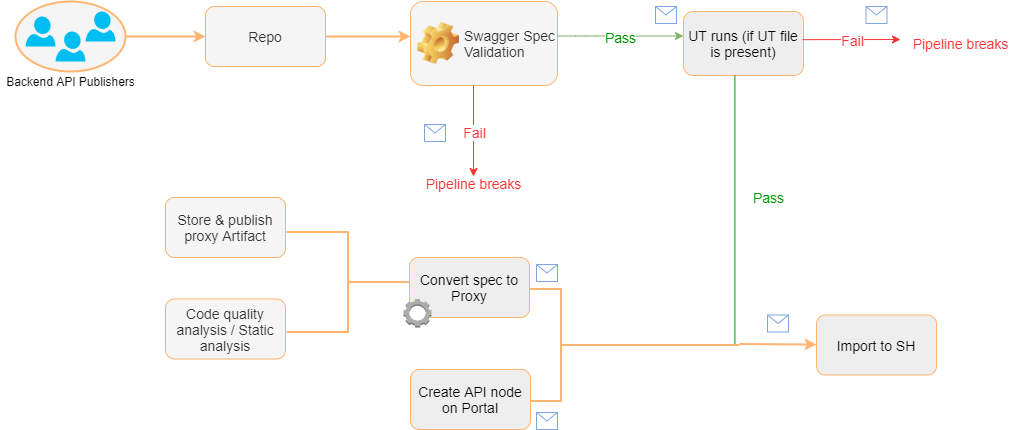
Above: Untitled Diagram.png in joshhnaa/sample (draw.io), before the change. Source tidied: cells renumbered, new cells last; positions are measured from the earlier drawing's top-left corner, leaving out a move shared by most shapes.
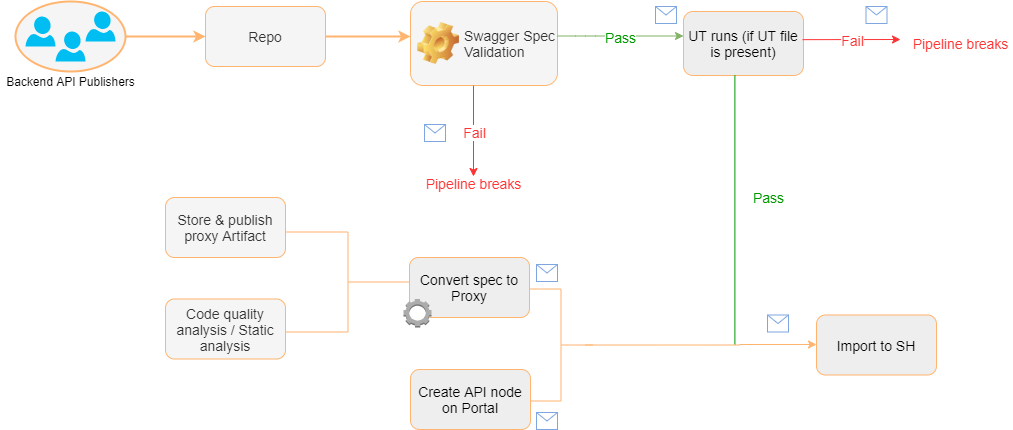
Above is the later version.

Diff of the diagram source:
```diff
@@ -65,7 +65,7 @@
     <mxCell id="17" value="&lt;font color=&quot;#000000&quot;&gt;UT runs (if UT file is present)&lt;/font&gt;" style="rounded=1;whiteSpace=wrap;html=1;fillColor=#eeeeee;fontSize=14;strokeColor=#FFB570;" parent="1" vertex="1">
       <mxGeometry x="683" y="10" width="120" height="64" as="geometry" />
     </mxCell>
-    <mxCell id="18" style="strokeWidth=2;html=1;shape=mxgraph.flowchart.annotation_2;align=left;labelPosition=right;fillColor=#FFFFFF;fontSize=14;fontColor=#FF3333;rotation=-180;strokeColor=#FFB570;" parent="1" vertex="1">
+    <mxCell id="18" style="strokeWidth=1;html=1;shape=mxgraph.flowchart.annotation_2;align=left;labelPosition=right;fillColor=#FFFFFF;fontSize=14;fontColor=#FF3333;rotation=-180;strokeColor=#FFB570;" parent="1" vertex="1">
       <mxGeometry x="529" y="287.5" width="63" height="112" as="geometry" />
     </mxCell>
     <mxCell id="19" style="endArrow=none;html=1;fontSize=14;fontColor=#FF3333;strokeColor=#009900;" parent="1" edge="1" source="21" target="17">
@@ -77,7 +77,7 @@
         <mxPoint x="711" y="361" as="targetPoint" />
       </mxGeometry>
     </mxCell>
-    <mxCell id="21" style="line;strokeWidth=2;html=1;perimeter=backbonePerimeter;points=[];outlineConnect=0;fillColor=#FFFFFF;fontSize=14;fontColor=#FF3333;strokeColor=#FFB570;" parent="1" vertex="1">
+    <mxCell id="21" style="line;strokeWidth=1;html=1;perimeter=backbonePerimeter;points=[];outlineConnect=0;fillColor=#FFFFFF;fontSize=14;fontColor=#FF3333;strokeColor=#FFB570;" parent="1" vertex="1">
       <mxGeometry x="585" y="340" width="154" height="7" as="geometry" />
     </mxCell>
     <mxCell id="22" value="&lt;font color=&quot;#000000&quot;&gt;Convert spec to Proxy&lt;/font&gt;" style="rounded=1;whiteSpace=wrap;html=1;strokeWidth=1;fillColor=#eeeeee;fontSize=14;strokeColor=#FFB570;" parent="1" vertex="1">
@@ -89,7 +89,7 @@
     <mxCell id="24" value="Pipeline breaks" style="text;html=1;align=center;verticalAlign=middle;fontSize=14;fontColor=#FF3333;" parent="1" vertex="1">
       <mxGeometry x="420" y="168" width="105" height="28" as="geometry" />
     </mxCell>
-    <mxCell id="25" style="endArrow=classic;html=1;fontSize=14;fontColor=#FF3333;strokeColor=#FFB570;strokeWidth=2;" parent="1" edge="1" source="21">
+    <mxCell id="25" style="endArrow=classic;html=1;fontSize=14;fontColor=#FF3333;strokeColor=#FFB570;strokeWidth=1;" parent="1" edge="1" source="21">
       <mxGeometry relative="1" as="geometry">
         <mxPoint x="816" y="343" as="targetPoint" />
       </mxGeometry>
@@ -123,7 +123,7 @@
     <mxCell id="34" style="dashed=0;verticalLabelPosition=bottom;verticalAlign=top;align=center;html=1;shape=mxgraph.aws3.human_intelligence_tasks_hit;fillColor=#ACACAC;gradientColor=none;strokeColor=#000000;strokeWidth=11;fontSize=14;fontColor=#009900;" parent="1" vertex="1">
       <mxGeometry x="403" y="297.5" width="28" height="28.5" as="geometry" />
     </mxCell>
-    <mxCell id="35" style="strokeWidth=2;html=1;shape=mxgraph.flowchart.annotation_2;align=left;labelPosition=right;fillColor=#FFFFFF;fontSize=13;fontColor=#009900;rotation=-180;strokeColor=#FFB570;" parent="1" vertex="1">
+    <mxCell id="35" style="strokeWidth=1;html=1;shape=mxgraph.flowchart.annotation_2;align=left;labelPosition=right;fillColor=#FFFFFF;fontSize=13;fontColor=#009900;rotation=-180;strokeColor=#FFB570;" parent="1" vertex="1">
       <mxGeometry x="286" y="230.5" width="123" height="100" as="geometry" />
     </mxCell>
     <mxCell id="36" value="&lt;font style=&quot;font-size: 14px&quot;&gt;Store &amp;amp; publish proxy Artifact&lt;/font&gt;" style="rounded=1;whiteSpace=wrap;html=1;fillColor=#f5f5f5;fontColor=#333333;strokeColor=#FFB570;" parent="1" vertex="1">
```
